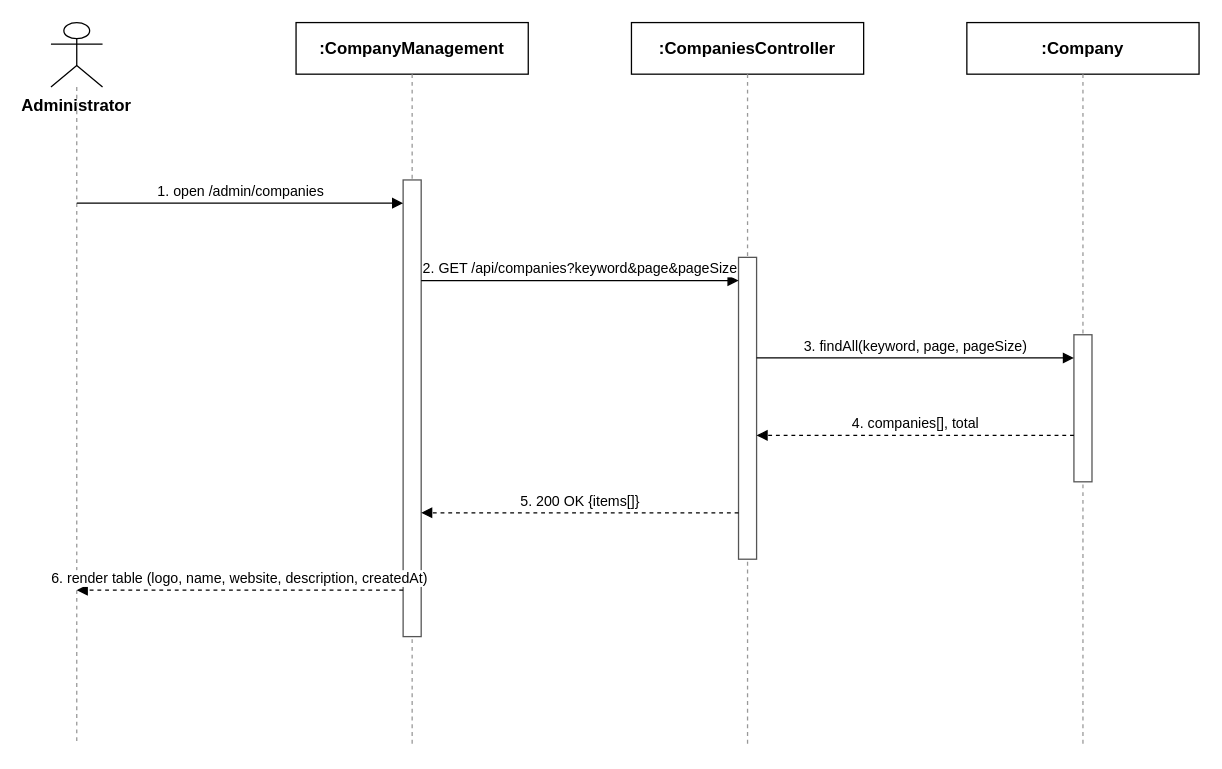
The draw.io diagram docs/qa/Hien_SequenceDiagram/3.4.4_View_Company_List.drawio in tulklk/AI_Interview_Question_Generation_RAG_LLM_FE, before the edit. Source tidied: cells renumbered, new cells numbered last; positions are measured from the earlier drawing's top-left corner, leaving out a move shared by most shapes. Both pictures are drawn from the tidied source at 129%, with x=0, y=0 at pixel (50, 22).
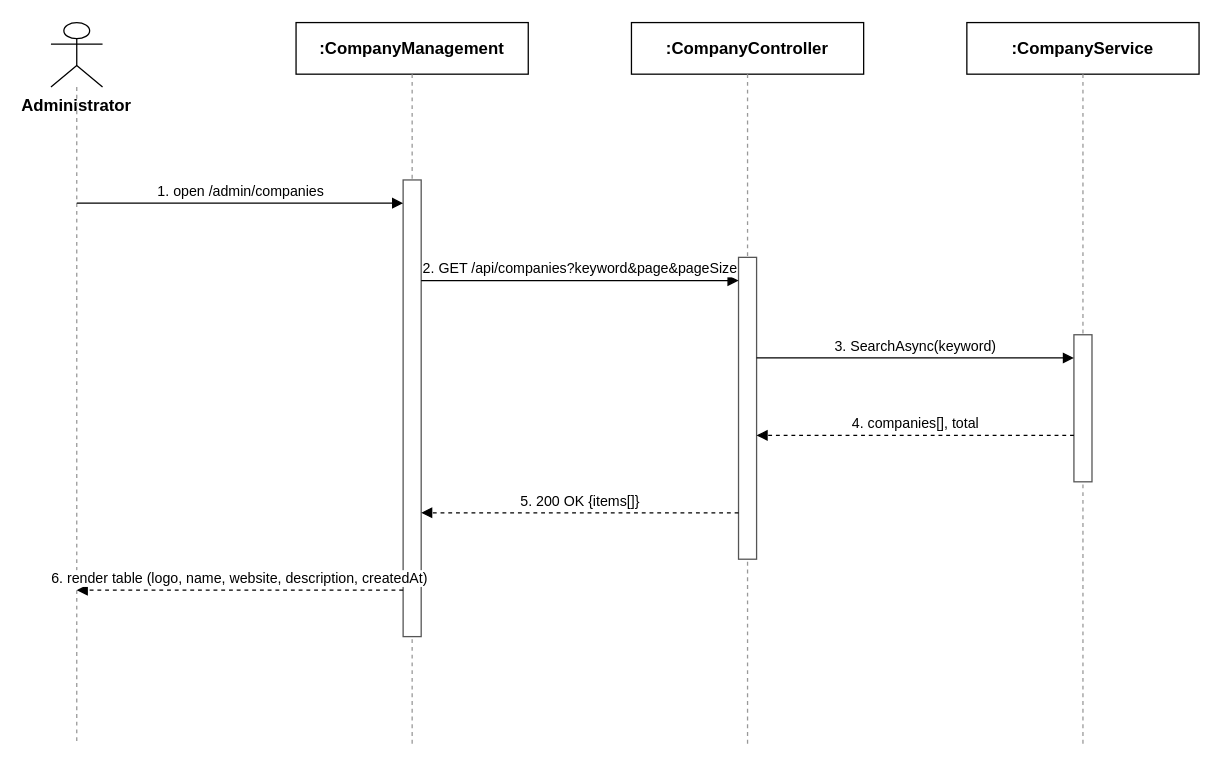
The same diagram, later.

Commit message (it also covers changes not shown here):
docs(qa): correct Profile, Admin User, and Company Management diagrams against real BE

Change to the diagram source:
```diff
@@
-    <mxCell id="6" value=":CompaniesController" style="rounded=0;whiteSpace=wrap;html=1;fontSize=13;fillColor=#ffffff;strokeColor=#000000;fontStyle=1;" parent="1" vertex="1">
+    <mxCell id="6" value=":CompanyController" style="rounded=0;whiteSpace=wrap;html=1;fontSize=13;fillColor=#ffffff;strokeColor=#000000;fontStyle=1;" parent="1" vertex="1">
       <mxGeometry x="450" width="180" height="40" as="geometry" />
     </mxCell>
@@
-    <mxCell id="8" value=":Company" style="rounded=0;whiteSpace=wrap;html=1;fontSize=13;fillColor=#ffffff;strokeColor=#000000;fontStyle=1;" parent="1" vertex="1">
+    <mxCell id="8" value=":CompanyService" style="rounded=0;whiteSpace=wrap;html=1;fontSize=13;fillColor=#ffffff;strokeColor=#000000;fontStyle=1;" parent="1" vertex="1">
       <mxGeometry x="710" width="180" height="40" as="geometry" />
     </mxCell>
@@
-    <mxCell id="15" value="3. findAll(keyword, page, pageSize)" style="endArrow=block;endFill=1;html=1;fontSize=11;align=center;verticalAlign=bottom;labelBackgroundColor=#ffffff;strokeColor=#000000;" parent="1" edge="1">
+    <mxCell id="15" value="3. SearchAsync(keyword)" style="endArrow=block;endFill=1;html=1;fontSize=11;align=center;verticalAlign=bottom;labelBackgroundColor=#ffffff;strokeColor=#000000;" parent="1" edge="1">
       <mxGeometry relative="1" as="geometry">
         <mxPoint x="547" y="260" as="sourcePoint" />
         <mxPoint x="793" y="260" as="targetPoint" />
       </mxGeometry>
     </mxCell>
```
